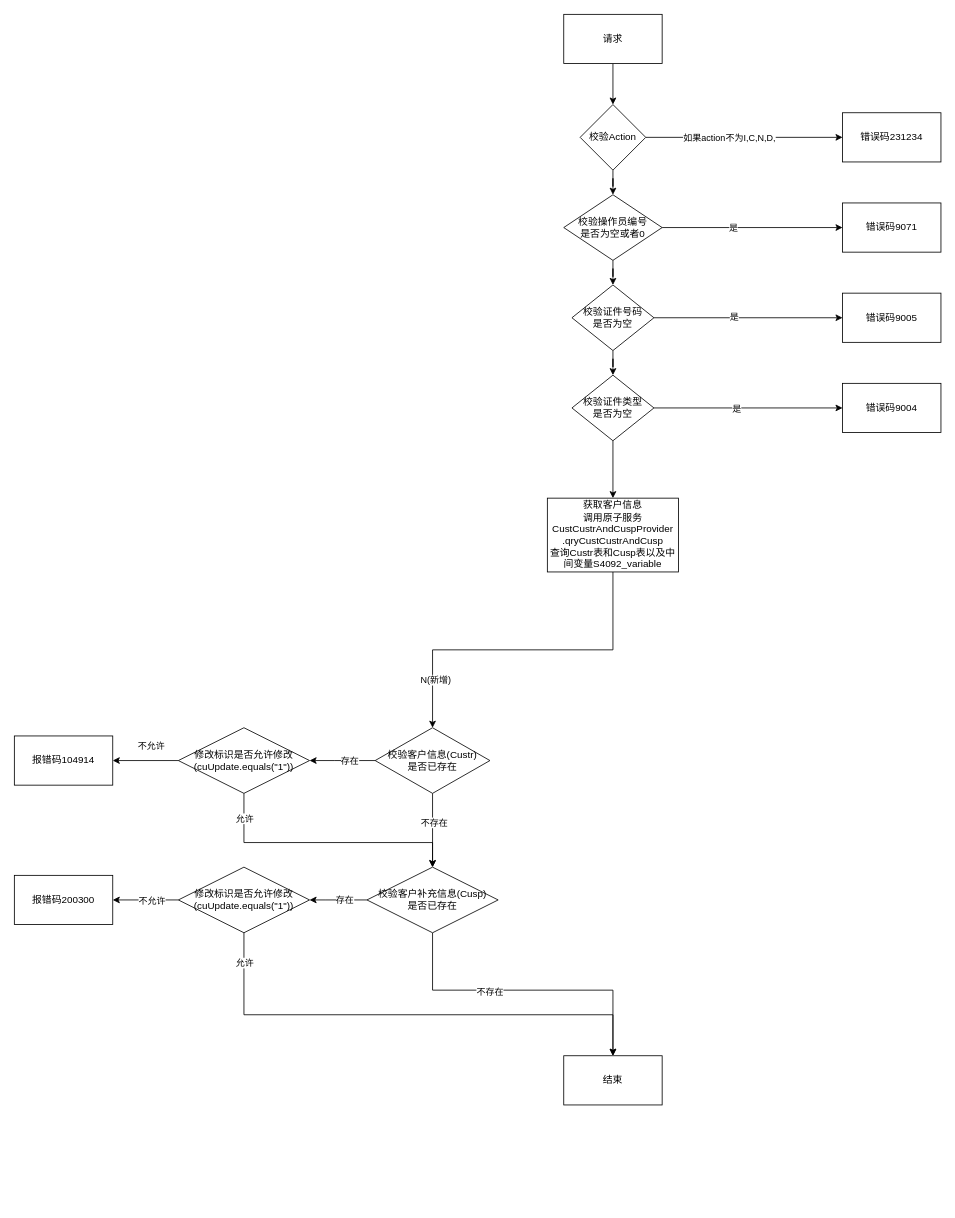
Above: Untitled Diagram.drawio in Zh-Yi/flow_chart (draw.io), before the change. Source tidied: cells renumbered, new cells numbered last; positions are measured from the earlier drawing's top-left corner, leaving out a move shared by most shapes. Both pictures are drawn from the tidied source at 82%, with x=0, y=0 at pixel (14, 14).
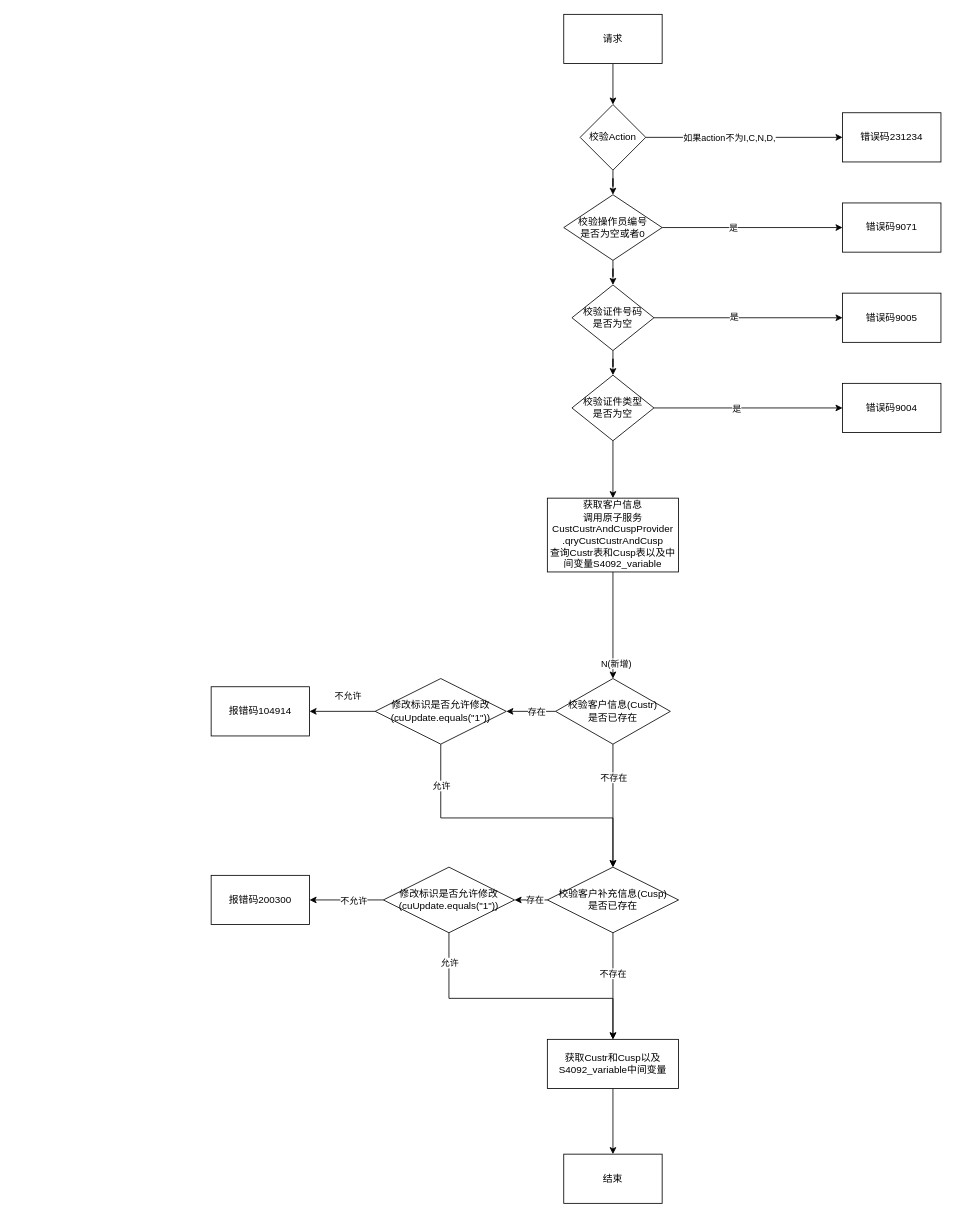
After the change.

The change refers to these unchanged cells:
```xml
<mxCell id="12" style="edgeStyle=orthogonalEdgeStyle;rounded=0;jettySize=auto;html=1;entryX=0.5;entryY=0;entryDx=0;entryDy=0;" parent="1" edge="1" source="18" target="39">
  <mxGeometry relative="1" as="geometry" />
</mxCell>
```

The edit, as a diff of the source:
```diff
@@
     <mxCell id="13" value="不存在" style="edgeLabel;html=1;align=center;verticalAlign=middle;" parent="12" vertex="1">
-      <mxGeometry x="-0.22" y="1" relative="1" as="geometry" />
+      <mxGeometry x="-0.22" y="1" relative="1" as="geometry">
+        <mxPoint x="-1" y="-19" as="offset" />
+      </mxGeometry>
     </mxCell>
@@
     <mxCell id="16" style="edgeStyle=orthogonalEdgeStyle;rounded=0;jettySize=auto;html=1;entryX=1;entryY=0.5;entryDx=0;entryDy=0;" parent="1" edge="1" source="18" target="46">
-      <mxGeometry relative="1" as="geometry">
-        <Array as="points">
-          <mxPoint x="390" y="910" />
-          <mxPoint x="390" y="910" />
-        </Array>
-      </mxGeometry>
+      <mxGeometry relative="1" as="geometry" />
     </mxCell>
@@
     <mxCell id="18" value="校验客户信息(Custr)&lt;br&gt;是否已存在" style="rhombus;whiteSpace=wrap;html=1;" parent="1" vertex="1">
-      <mxGeometry x="440" y="870" width="140" height="80" as="geometry" />
+      <mxGeometry x="660" y="810" width="140" height="80" as="geometry" />
     </mxCell>
@@
     <mxCell id="34" value="报错码104914" style="whiteSpace=wrap;html=1;" parent="1" vertex="1">
-      <mxGeometry y="880" width="120" height="60" as="geometry" />
+      <mxGeometry x="240" y="820" width="120" height="60" as="geometry" />
     </mxCell>
-    <mxCell id="35" style="edgeStyle=orthogonalEdgeStyle;rounded=0;jettySize=auto;html=1;entryX=0.5;entryY=0;entryDx=0;entryDy=0;" parent="1" edge="1" source="39" target="41">
-      <mxGeometry relative="1" as="geometry">
-        <Array as="points">
-          <mxPoint x="510" y="1190" />
-          <mxPoint x="730" y="1190" />
-        </Array>
-      </mxGeometry>
+    <mxCell id="35" style="edgeStyle=orthogonalEdgeStyle;rounded=0;jettySize=auto;html=1;entryX=0.5;entryY=0;entryDx=0;entryDy=0;" parent="1" edge="1" source="39" target="51">
+      <mxGeometry relative="1" as="geometry" />
     </mxCell>
@@
     <mxCell id="37" style="edgeStyle=orthogonalEdgeStyle;rounded=0;jettySize=auto;html=1;entryX=1;entryY=0.5;entryDx=0;entryDy=0;" parent="1" edge="1" source="39" target="49">
-      <mxGeometry relative="1" as="geometry">
-        <Array as="points">
-          <mxPoint x="380" y="1080" />
-          <mxPoint x="380" y="1080" />
-        </Array>
-      </mxGeometry>
+      <mxGeometry relative="1" as="geometry" />
     </mxCell>
@@
     <mxCell id="39" value="&lt;span&gt;校验客户补充信息(Cusp)&lt;/span&gt;&lt;br&gt;&lt;span&gt;是否已存在&lt;/span&gt;" style="rhombus;whiteSpace=wrap;html=1;" parent="1" vertex="1">
-      <mxGeometry x="430" y="1040" width="160" height="80" as="geometry" />
+      <mxGeometry x="650" y="1040" width="160" height="80" as="geometry" />
     </mxCell>
     <mxCell id="40" value="报错码200300" style="whiteSpace=wrap;html=1;" parent="1" vertex="1">
-      <mxGeometry y="1050" width="120" height="60" as="geometry" />
+      <mxGeometry x="240" y="1050" width="120" height="60" as="geometry" />
     </mxCell>
-    <mxCell id="41" value="结束" style="rounded=0;whiteSpace=wrap;html=1;" parent="1" vertex="1">
-      <mxGeometry x="670" y="1270" width="120" height="60" as="geometry" />
-    </mxCell>
@@
-    <mxCell id="44" style="edgeStyle=orthogonalEdgeStyle;rounded=0;jettySize=auto;html=1;entryX=0.5;entryY=0;entryDx=0;entryDy=0;" parent="1" edge="1" source="46" target="39">
+    <mxCell id="44" style="edgeStyle=orthogonalEdgeStyle;rounded=0;jettySize=auto;html=1;" parent="1" edge="1" source="46">
       <mxGeometry relative="1" as="geometry">
+        <mxPoint x="730" y="1040" as="targetPoint" />
         <Array as="points">
-          <mxPoint x="280" y="1010" />
-          <mxPoint x="510" y="1010" />
+          <mxPoint x="520" y="980" />
+          <mxPoint x="730" y="980" />
         </Array>
       </mxGeometry>
     </mxCell>
     <mxCell id="45" value="允许" style="edgeLabel;html=1;align=center;verticalAlign=middle;" parent="44" vertex="1">
       <mxGeometry x="-0.44" y="-1" relative="1" as="geometry">
-        <mxPoint x="-30" y="-31" as="offset" />
+        <mxPoint x="-11" y="-41" as="offset" />
       </mxGeometry>
     </mxCell>
     <mxCell id="46" value="修改标识是否允许修改&lt;br&gt;(cuUpdate.equals(&quot;1&quot;))" style="rhombus;whiteSpace=wrap;html=1;" parent="1" vertex="1">
-      <mxGeometry x="200" y="870" width="160" height="80" as="geometry" />
+      <mxGeometry x="440" y="810" width="160" height="80" as="geometry" />
     </mxCell>
-    <mxCell id="47" style="edgeStyle=orthogonalEdgeStyle;rounded=0;jettySize=auto;html=1;entryX=0.5;entryY=0;entryDx=0;entryDy=0;" parent="1" edge="1" source="49" target="41">
+    <mxCell id="47" style="edgeStyle=orthogonalEdgeStyle;rounded=0;jettySize=auto;html=1;entryX=0.5;entryY=0;entryDx=0;entryDy=0;" parent="1" edge="1" source="49" target="51">
       <mxGeometry relative="1" as="geometry">
         <Array as="points">
-          <mxPoint x="280" y="1220" />
-          <mxPoint x="730" y="1220" />
+          <mxPoint x="530" y="1200" />
+          <mxPoint x="730" y="1200" />
         </Array>
       </mxGeometry>
     </mxCell>
     <mxCell id="48" value="允许" style="edgeLabel;html=1;align=center;verticalAlign=middle;" parent="47" vertex="1">
       <mxGeometry x="-0.88" y="-2" relative="1" as="geometry">
-        <mxPoint x="2" as="offset" />
+        <mxPoint x="2" y="16" as="offset" />
       </mxGeometry>
     </mxCell>
     <mxCell id="49" value="修改标识是否允许修改&lt;br&gt;(cuUpdate.equals(&quot;1&quot;))" style="rhombus;whiteSpace=wrap;html=1;" parent="1" vertex="1">
-      <mxGeometry x="200" y="1040" width="160" height="80" as="geometry" />
+      <mxGeometry x="450" y="1040" width="160" height="80" as="geometry" />
     </mxCell>
+    <mxCell id="50" style="edgeStyle=orthogonalEdgeStyle;rounded=0;jettySize=auto;html=1;" parent="1" edge="1" source="51" target="41">
+      <mxGeometry relative="1" as="geometry" />
+    </mxCell>
+    <mxCell id="51" value="获取Custr和Cusp以及S4092_variable中间变量" style="rounded=0;whiteSpace=wrap;html=1;" parent="1" vertex="1">
+      <mxGeometry x="650" y="1250" width="160" height="60" as="geometry" />
+    </mxCell>
+    <mxCell id="41" value="结束" style="whiteSpace=wrap;html=1;rounded=0;" parent="1" vertex="1">
+      <mxGeometry x="670" y="1390" width="120" height="60" as="geometry" />
+    </mxCell>
```
